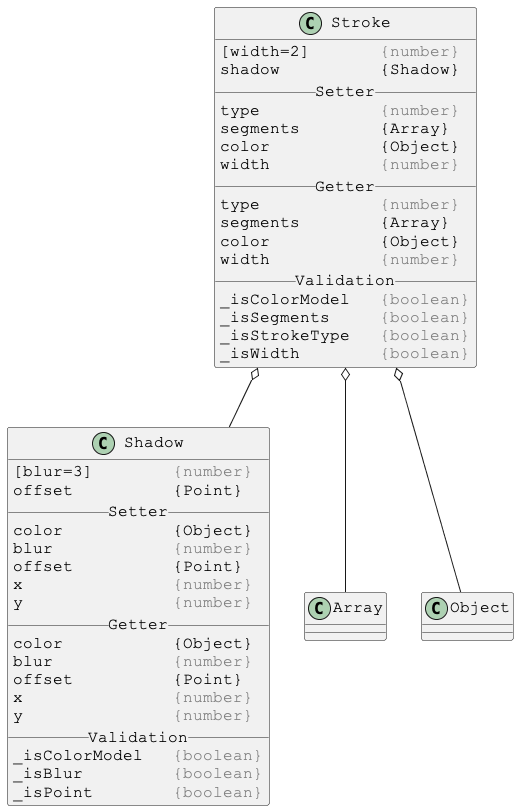
Above: docs/PlantUml/image/linked/Stroke-linked.png in Justin-Byrne/canvasLab (PlantUML), before the change.
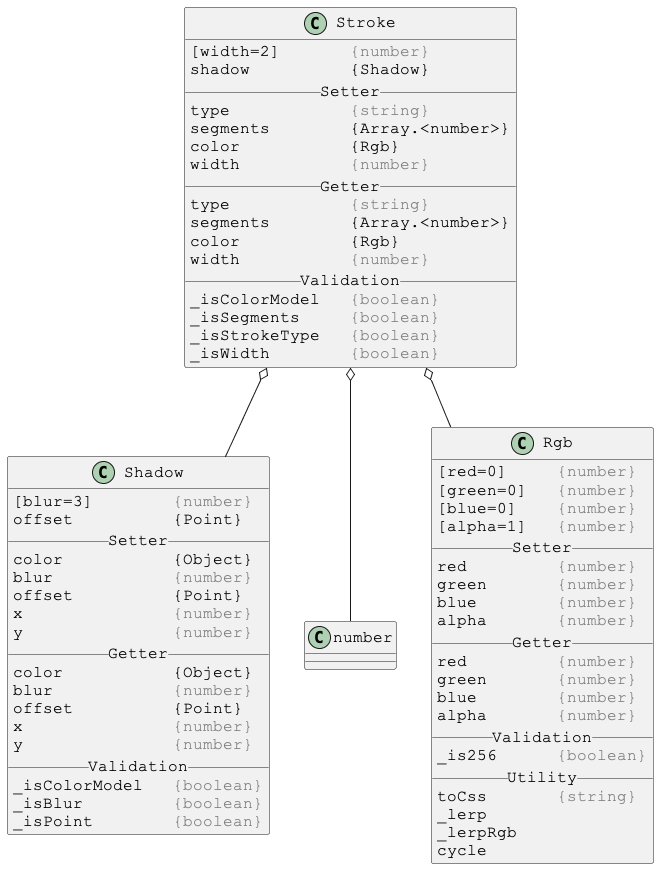
After the commit.

What changed in the source:
```diff
@@ -7,14 +7,14 @@
 [width=2]       <color:gray>{number}</color>
 shadow          {Shadow}
 __ Setter __
-type            <color:gray>{number}</color>
-segments        {Array}
-color           {Object}
+type            <color:gray>{string}</color>
+segments        {Array.<number>}
+color           {Rgb}
 width           <color:gray>{number}</color>
 __ Getter __
-type            <color:gray>{number}</color>
-segments        {Array}
-color           {Object}
+type            <color:gray>{string}</color>
+segments        {Array.<number>}
+color           {Rgb}
 width           <color:gray>{number}</color>
 __ Validation __
 _isColorModel   <color:gray>{boolean}</color>
@@ -24,8 +24,8 @@
 }
 
 Stroke o-- Shadow
-Stroke o-- Array
-Stroke o-- Object
+Stroke o-- number
+Stroke o-- Rgb
 
 
 
@@ -53,4 +53,33 @@
 _isPoint        <color:gray>{boolean}</color>
 }
 
+
+
+skinparam DefaultFontSize 16
+skinparam DefaultFontName Courier New
+
+class Rgb {
+[red=0]     <color:gray>{number}</color>
+[green=0]   <color:gray>{number}</color>
+[blue=0]    <color:gray>{number}</color>
+[alpha=1]   <color:gray>{number}</color>
+__ Setter __
+red         <color:gray>{number}</color>
+green       <color:gray>{number}</color>
+blue        <color:gray>{number}</color>
+alpha       <color:gray>{number}</color>
+__ Getter __
+red         <color:gray>{number}</color>
+green       <color:gray>{number}</color>
+blue        <color:gray>{number}</color>
+alpha       <color:gray>{number}</color>
+__ Validation __
+_is256      <color:gray>{boolean}</color>
+__ Utility __
+toCss       <color:gray>{string}</color>
+_lerp
+_lerpRgb
+cycle
+}
+
 @enduml
```
